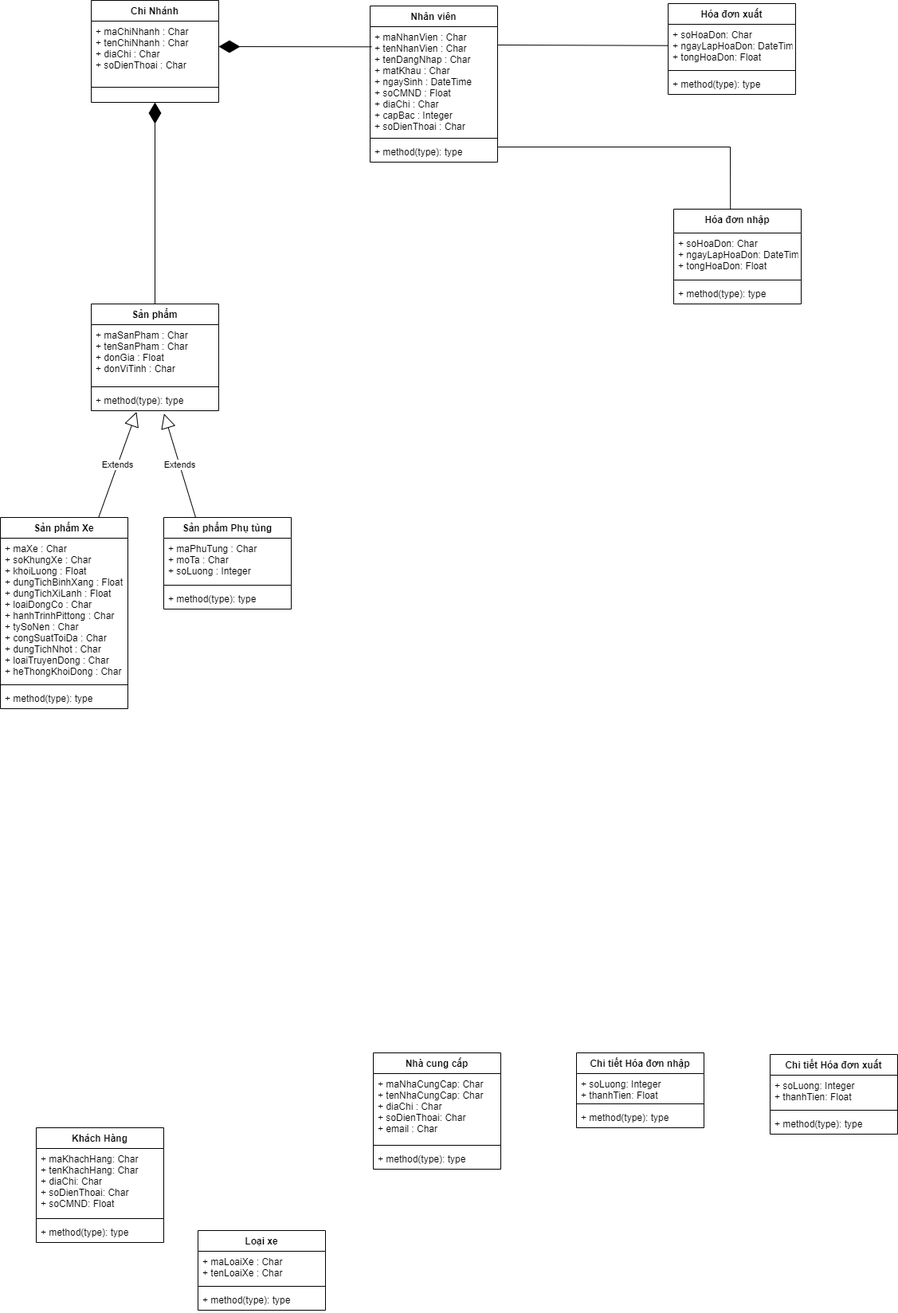
ChauCongTu/thiet-ke-linh-tinh keeps this draw.io diagram as Sơ Đồ Class.png. Above is the earlier version. Source tidied: cells renumbered, new cells last; positions are measured from the earlier drawing's top-left corner, leaving out a move shared by most shapes.
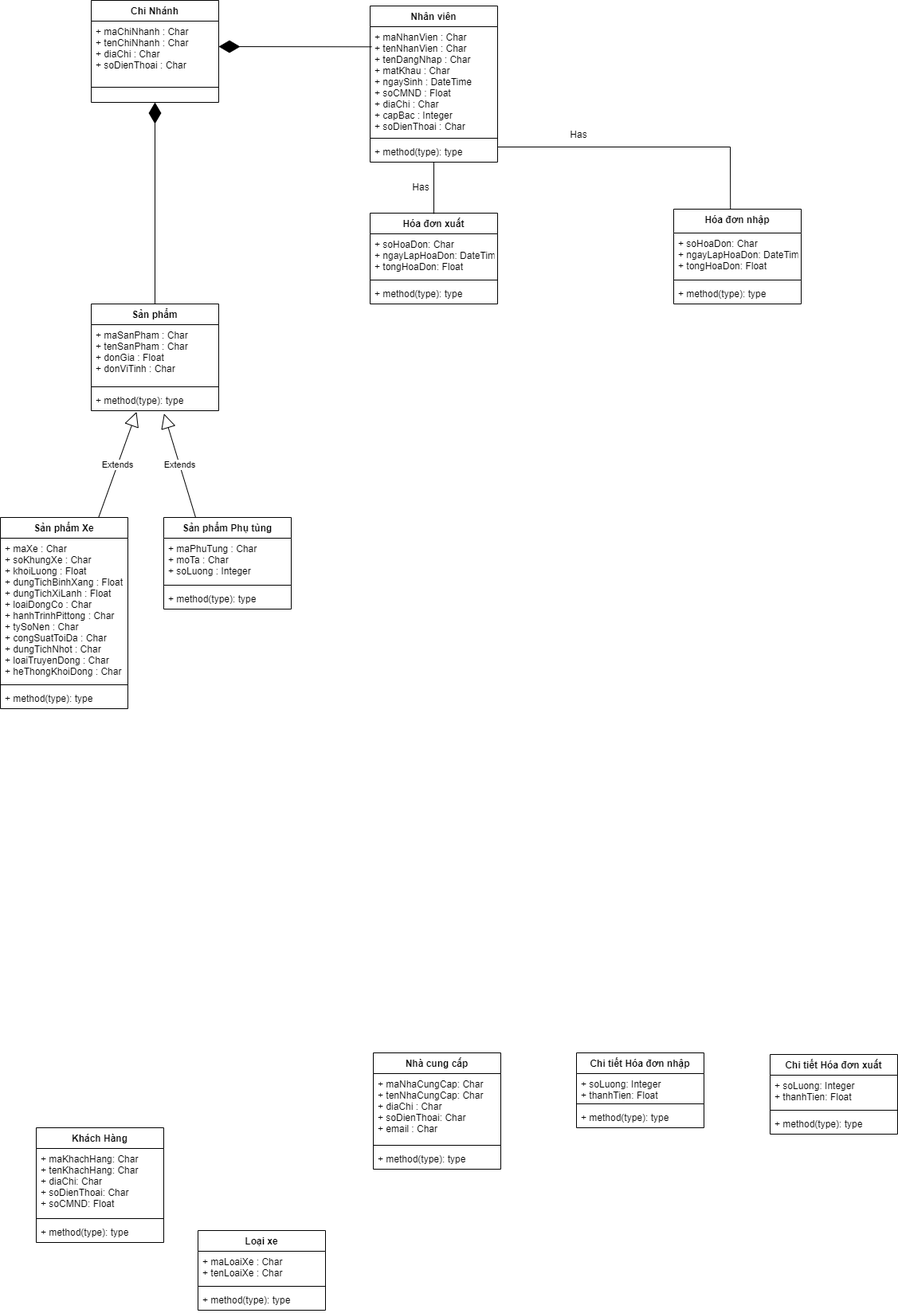
After the change.

Commit message:
Cập nhật Sơ Đồ Class.png

Change to the diagram source:
```diff
@@ -132,7 +132,7 @@
       <mxGeometry y="68" width="160" height="26" as="geometry" />
     </mxCell>
     <mxCell id="45" value="Hóa đơn xuất" style="swimlane;fontStyle=1;align=center;verticalAlign=top;horizontal=1;startSize=26;" parent="1" vertex="1">
-      <mxGeometry x="838" y="4" width="160" height="114" as="geometry" />
+      <mxGeometry x="464" y="267" width="160" height="114" as="geometry" />
     </mxCell>
     <mxCell id="46" value="+ soHoaDon: Char&#10;+ ngayLapHoaDon: DateTime&#10;+ tongHoaDon: Float" style="text;strokeColor=none;fillColor=none;align=left;verticalAlign=top;spacingLeft=4;spacingRight=4;overflow=hidden;points=[[0,0.5],[1,0.5]];portConstraint=eastwest;" parent="45" vertex="1">
       <mxGeometry y="26" width="160" height="54" as="geometry" />
@@ -155,8 +155,10 @@
     <mxCell id="52" value="Extends" style="endArrow=block;endSize=16;endFill=0;html=1;rounded=0;entryX=0.571;entryY=1.143;entryDx=0;entryDy=0;entryPerimeter=0;exitX=0.25;exitY=0;exitDx=0;exitDy=0;" parent="1" edge="1" source="25" target="36">
       <mxGeometry relative="1" as="geometry" />
     </mxCell>
-    <mxCell id="53" style="endArrow=none;html=1;rounded=0;exitX=1;exitY=0.25;exitDx=0;exitDy=0;" parent="1" edge="1" source="17" target="46">
-      <mxGeometry relative="1" as="geometry" />
+    <mxCell id="53" style="endArrow=none;html=1;rounded=0;" parent="1" edge="1" source="20">
+      <mxGeometry relative="1" as="geometry">
+        <mxPoint x="544" y="268" as="targetPoint" />
+      </mxGeometry>
     </mxCell>
     <mxCell id="54" style="endArrow=none;html=1;rounded=0;exitX=1;exitY=0.25;exitDx=0;exitDy=0;entryX=0.445;entryY=-0.004;entryDx=0;entryDy=0;entryPerimeter=0;" parent="1" edge="1" target="13">
       <mxGeometry relative="1" as="geometry">
@@ -166,5 +168,11 @@
         </Array>
       </mxGeometry>
     </mxCell>
+    <mxCell id="55" value="Has&lt;span style=&quot;color: rgba(0, 0, 0, 0); font-family: monospace; font-size: 0px; text-align: start;&quot;&gt;%3CmxGraphModel%3E%3Croot%3E%3CmxCell%20id%3D%220%22%2F%3E%3CmxCell%20id%3D%221%22%20parent%3D%220%22%2F%3E%3CmxCell%20id%3D%222%22%20value%3D%22%22%20style%3D%22endArrow%3Dnone%3Bhtml%3D1%3Brounded%3D0%3BexitX%3D1%3BexitY%3D0.25%3BexitDx%3D0%3BexitDy%3D0%3B%22%20edge%3D%221%22%20parent%3D%221%22%3E%3CmxGeometry%20width%3D%2250%22%20height%3D%2250%22%20relative%3D%221%22%20as%3D%22geometry%22%3E%3CmxPoint%20x%3D%22667%22%20y%3D%22139%22%20as%3D%22sourcePoint%22%2F%3E%3CmxPoint%20x%3D%22881%22%20y%3D%22139.72789115646253%22%20as%3D%22targetPoint%22%2F%3E%3C%2FmxGeometry%3E%3C%2FmxCell%3E%3C%2Froot%3E%3C%2FmxGraphModel%3E&lt;/span&gt;" style="text;html=1;strokeColor=none;fillColor=none;align=center;verticalAlign=middle;whiteSpace=wrap;rounded=0;" parent="1" vertex="1">
+      <mxGeometry x="498" y="220" width="60" height="30" as="geometry" />
+    </mxCell>
+    <mxCell id="56" value="Has&lt;span style=&quot;color: rgba(0, 0, 0, 0); font-family: monospace; font-size: 0px; text-align: start;&quot;&gt;%3CmxGraphModel%3E%3Croot%3E%3CmxCell%20id%3D%220%22%2F%3E%3CmxCell%20id%3D%221%22%20parent%3D%220%22%2F%3E%3CmxCell%20id%3D%222%22%20value%3D%22%22%20style%3D%22endArrow%3Dnone%3Bhtml%3D1%3Brounded%3D0%3BexitX%3D1%3BexitY%3D0.25%3BexitDx%3D0%3BexitDy%3D0%3B%22%20edge%3D%221%22%20parent%3D%221%22%3E%3CmxGeometry%20width%3D%2250%22%20height%3D%2250%22%20relative%3D%221%22%20as%3D%22geometry%22%3E%3CmxPoint%20x%3D%22667%22%20y%3D%22139%22%20as%3D%22sourcePoint%22%2F%3E%3CmxPoint%20x%3D%22881%22%20y%3D%22139.72789115646253%22%20as%3D%22targetPoint%22%2F%3E%3C%2FmxGeometry%3E%3C%2FmxCell%3E%3C%2Froot%3E%3C%2FmxGraphModel%3E&lt;/span&gt;" style="text;html=1;strokeColor=none;fillColor=none;align=center;verticalAlign=middle;whiteSpace=wrap;rounded=0;" parent="1" vertex="1">
+      <mxGeometry x="696" y="154" width="60" height="30" as="geometry" />
+    </mxCell>
   </root>
 </mxGraphModel>
```
